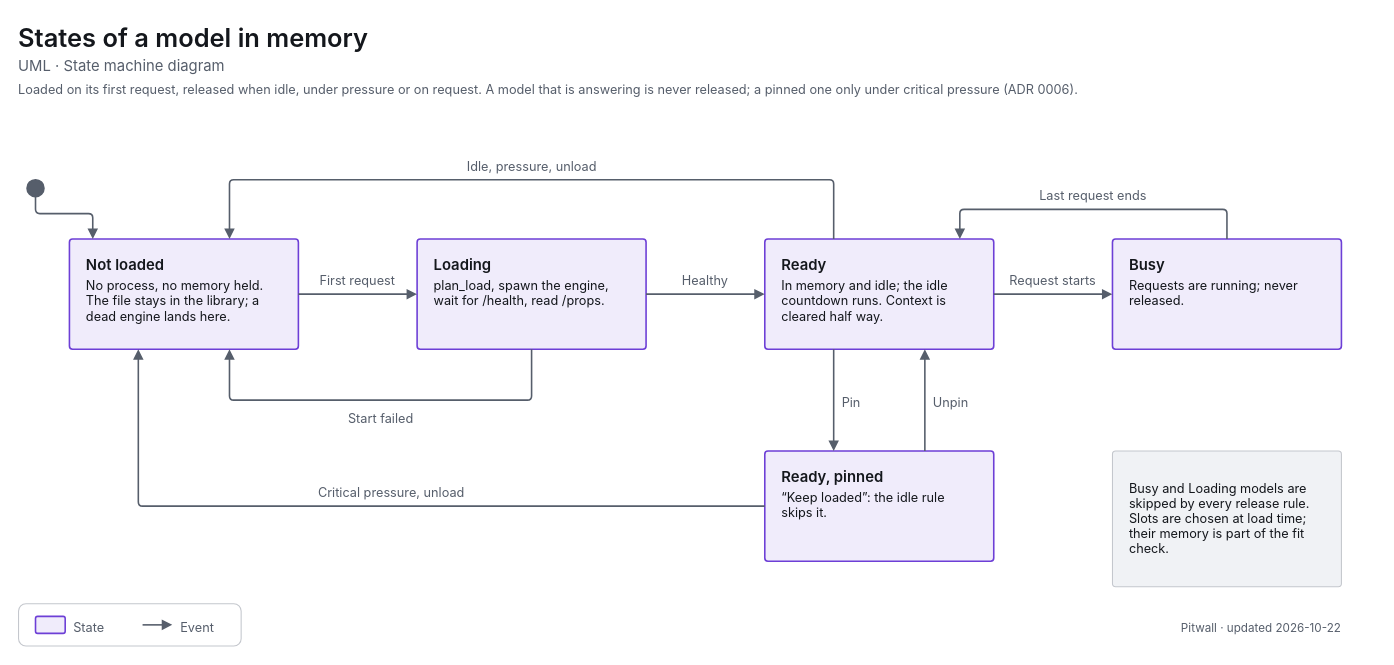
This is apps/pitwall/docs/diagrams/uml-state-hot-model.drawio from decryp7/paddock, a draw.io file, before an edit. Source tidied: cells renumbered, new cells numbered last; positions are measured from the earlier drawing's top-left corner, leaving out a move shared by most shapes. Both pictures are drawn from the tidied source at 106%, with x=0, y=0 at pixel (18, 18).
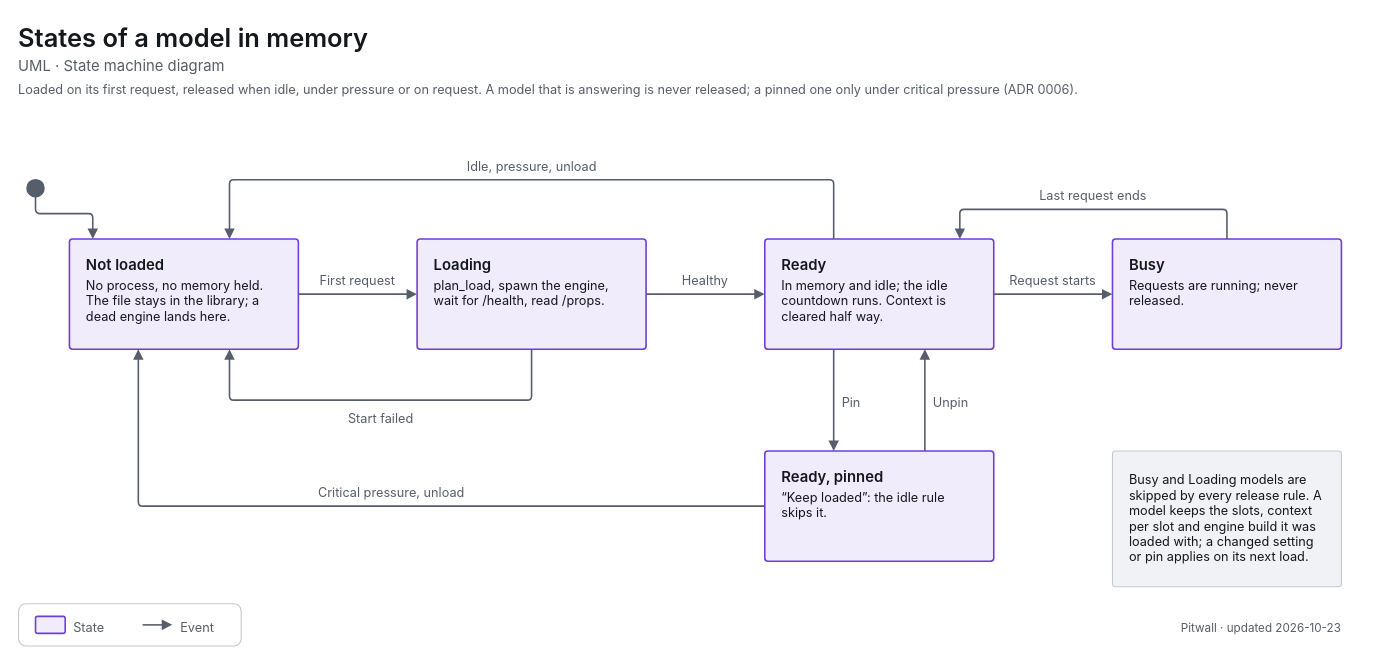
The same diagram, later.

The edit, as a diff of the source:
```diff
@@
-    <mxCell id="30" value="&lt;span style=&quot;font-size:12px&quot;&gt;Busy and Loading models are skipped by every release rule. Slots are chosen at load time; their memory is part of the fit check.&lt;/span&gt;" style="html=1;whiteSpace=wrap;fontFamily=-apple-system,BlinkMacSystemFont,Segoe UI,system-ui,sans-serif;fontSize=12;fontColor=light-dark(#14171C,#ECEEF1);rounded=1;absoluteArcSize=1;arcSize=6;strokeWidth=1;strokeColor=light-dark(#C4C7CD,#353A42);fillColor=light-dark(#F0F2F5,#1B1E23);align=left;verticalAlign=middle;spacingLeft=14;spacingRight=14;" parent="1" vertex="1">
+    <mxCell id="30" value="&lt;span style=&quot;font-size:12px&quot;&gt;Busy and Loading models are skipped by every release rule. A model keeps the slots, context per slot and engine build it was loaded with; a changed setting or pin applies on its next load.&lt;/span&gt;" style="html=1;whiteSpace=wrap;fontFamily=-apple-system,BlinkMacSystemFont,Segoe UI,system-ui,sans-serif;fontSize=12;fontColor=light-dark(#14171C,#ECEEF1);rounded=1;absoluteArcSize=1;arcSize=6;strokeWidth=1;strokeColor=light-dark(#C4C7CD,#353A42);fillColor=light-dark(#F0F2F5,#1B1E23);align=left;verticalAlign=middle;spacingLeft=14;spacingRight=14;" parent="1" vertex="1">
       <mxGeometry x="1032" y="408" width="216" height="128" as="geometry" />
     </mxCell>
@@
-    <mxCell id="36" value="&lt;span style=&quot;font-size:11px;font-weight:400&quot;&gt;Pitwall · updated 2026-10-22&lt;/span&gt;" style="html=1;whiteSpace=wrap;fontFamily=-apple-system,BlinkMacSystemFont,Segoe UI,system-ui,sans-serif;fontSize=12;fontColor=light-dark(#14171C,#ECEEF1);text;strokeColor=none;fillColor=none;align=right;verticalAlign=top;spacing=0;fontColor=light-dark(#565E6B,#A0A7B2);" parent="1" vertex="1">
+    <mxCell id="36" value="&lt;span style=&quot;font-size:11px;font-weight:400&quot;&gt;Pitwall · updated 2026-10-23&lt;/span&gt;" style="html=1;whiteSpace=wrap;fontFamily=-apple-system,BlinkMacSystemFont,Segoe UI,system-ui,sans-serif;fontSize=12;fontColor=light-dark(#14171C,#ECEEF1);text;strokeColor=none;fillColor=none;align=right;verticalAlign=top;spacing=0;fontColor=light-dark(#565E6B,#A0A7B2);" parent="1" vertex="1">
       <mxGeometry x="888" y="563" width="360" height="18" as="geometry" />
     </mxCell>
```
